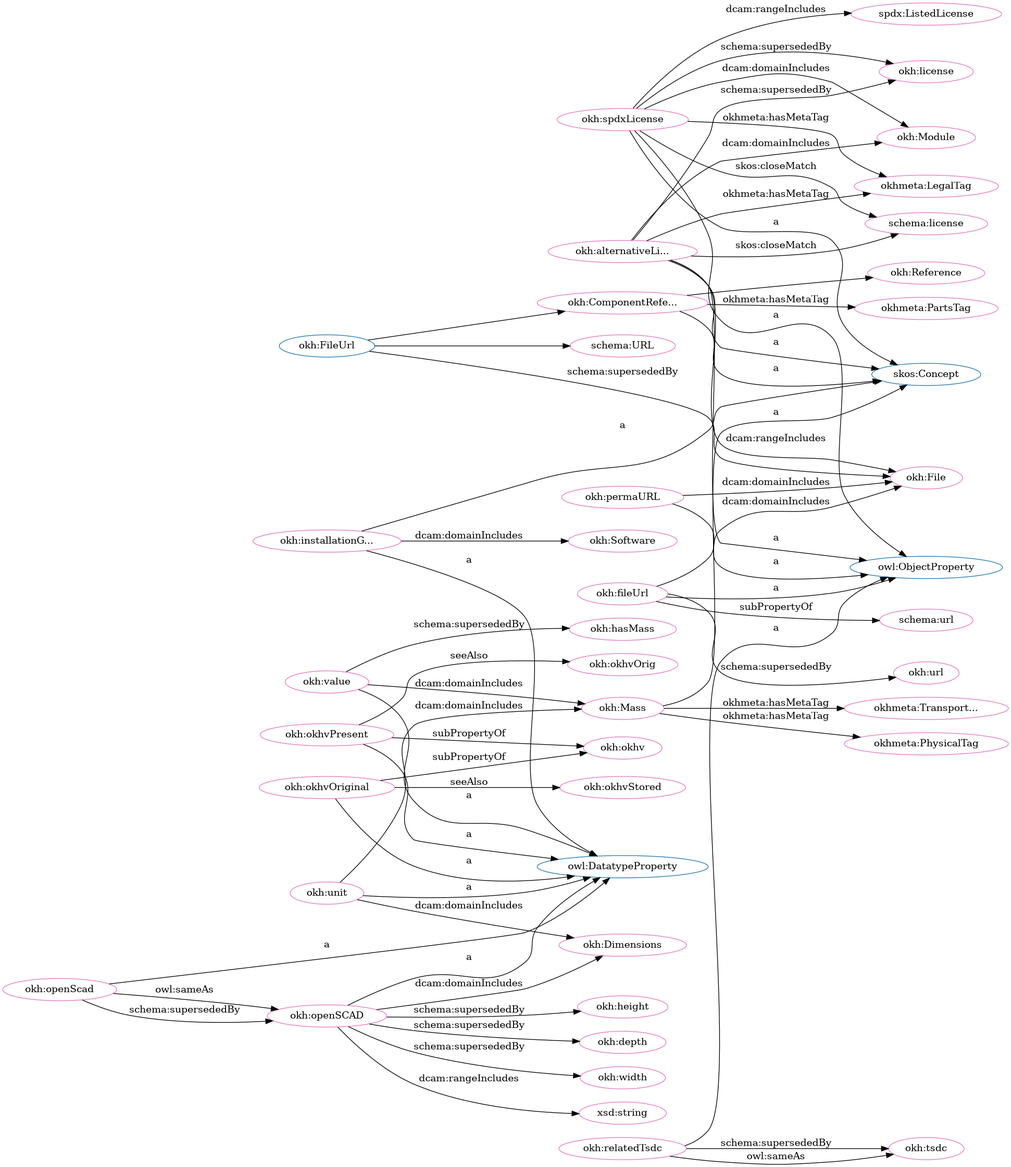
Before: src/spec/dot_okh_deprecated.png, a diagram exported from Graphviz (iop-alliance/OpenKnowHow). Its source is kept beside it as src/spec/dot_okh_deprecated.dot.
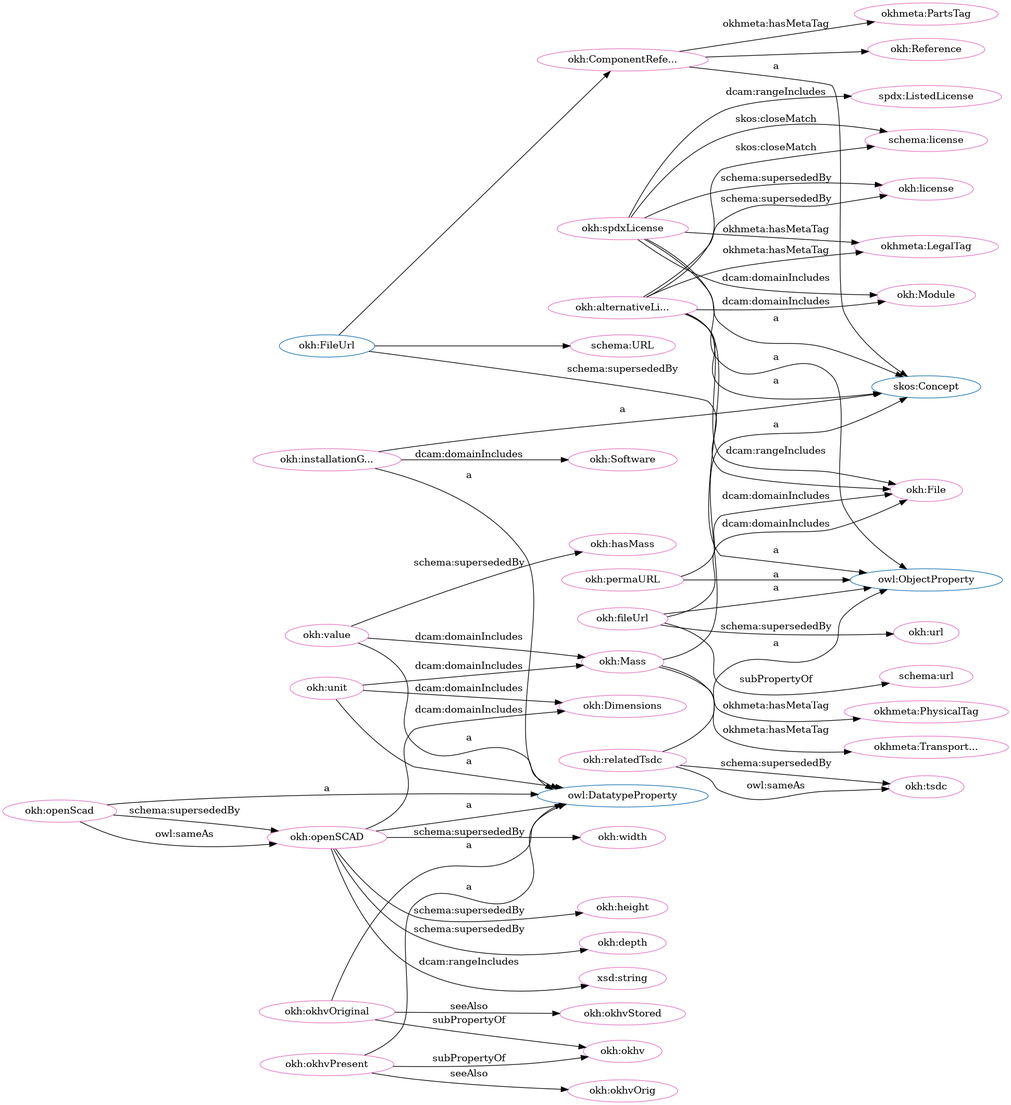
Later version of the same file.

Change to the diagram source:
```diff
@@ -1,106 +1,106 @@
 digraph G {
   rankdir=BT
   node[height=.3]
+"http://w3id.org/oseg/ont/okh#Mass" [fillcolor="#1f77b4" color="#1f77b4" label="okh:Mass"]
+"http://w3id.org/oseg/ont/okh#ComponentReference" [fillcolor="#1f77b4" color="#1f77b4" label="okh:ComponentRefe..."]
+"http://www.w3.org/2002/07/owl#DatatypeProperty" [fillcolor="#1f77b4" color="#1f77b4" label="owl:DatatypeProperty"]
 "http://www.w3.org/2002/07/owl#ObjectProperty" [fillcolor="#1f77b4" color="#1f77b4" label="owl:ObjectProperty"]
+"http://www.w3.org/2004/02/skos/core#Concept" [fillcolor="#1f77b4" color="#1f77b4" label="skos:Concept"]
+"http://w3id.org/oseg/ont/okh#FileUrl" [fillcolor="#1f77b4" color="#1f77b4" label="okh:FileUrl"]
+"http://schema.org/URL" [fillcolor="#1f77b4" color="#1f77b4" label="schema:URL"]
 "http://w3id.org/oseg/ont/okh#Reference" [fillcolor="#1f77b4" color="#1f77b4" label="okh:Reference"]
-"http://w3id.org/oseg/ont/okh#FileUrl" [fillcolor="#1f77b4" color="#1f77b4" label="okh:FileUrl"]
-"http://w3id.org/oseg/ont/okh#ComponentReference" [fillcolor="#1f77b4" color="#1f77b4" label="okh:ComponentRefe..."]
-"http://w3id.org/oseg/ont/okh#Mass" [fillcolor="#1f77b4" color="#1f77b4" label="okh:Mass"]
-"http://www.w3.org/2002/07/owl#DatatypeProperty" [fillcolor="#1f77b4" color="#1f77b4" label="owl:DatatypeProperty"]
-"http://www.w3.org/2004/02/skos/core#Concept" [fillcolor="#1f77b4" color="#1f77b4" label="skos:Concept"]
-"http://schema.org/URL" [fillcolor="#1f77b4" color="#1f77b4" label="schema:URL"]
 "http://w3id.org/oseg/ont/okh#ComponentReference" [fillcolor="#e377c2" color="#e377c2" label="okh:ComponentRefe..."]
+"http://w3id.org/oseg/ont/okh#url" [fillcolor="#e377c2" color="#e377c2" label="okh:url"]
+"http://w3id.org/oseg/ont/okh#height" [fillcolor="#e377c2" color="#e377c2" label="okh:height"]
+"http://spdx.org/rdf/terms#ListedLicense" [fillcolor="#e377c2" color="#e377c2" label="spdx:ListedLicense"]
 "http://w3id.org/oseg/ont/okh#File" [fillcolor="#e377c2" color="#e377c2" label="okh:File"]
+"http://w3id.org/oseg/ont/okh#unit" [fillcolor="#e377c2" color="#e377c2" label="okh:unit"]
+"http://w3id.org/oseg/ont/okhmetaLegalTag" [fillcolor="#e377c2" color="#e377c2" label="okhmeta:LegalTag"]
+"http://w3id.org/oseg/ont/okh#license" [fillcolor="#e377c2" color="#e377c2" label="okh:license"]
+"http://w3id.org/oseg/ont/okh#openSCAD" [fillcolor="#e377c2" color="#e377c2" label="okh:openSCAD"]
+"http://w3id.org/oseg/ont/okh#installationGuide" [fillcolor="#e377c2" color="#e377c2" label="okh:installationG..."]
+"http://w3id.org/oseg/ont/okhmetaPartsTag" [fillcolor="#e377c2" color="#e377c2" label="okhmeta:PartsTag"]
+"http://w3id.org/oseg/ont/okh#Software" [fillcolor="#e377c2" color="#e377c2" label="okh:Software"]
+"http://w3id.org/oseg/ont/okh#tsdc" [fillcolor="#e377c2" color="#e377c2" label="okh:tsdc"]
+"http://w3id.org/oseg/ont/okh#depth" [fillcolor="#e377c2" color="#e377c2" label="okh:depth"]
+"http://schema.org/license" [fillcolor="#e377c2" color="#e377c2" label="schema:license"]
+"http://w3id.org/oseg/ont/okh#Dimensions" [fillcolor="#e377c2" color="#e377c2" label="okh:Dimensions"]
+"http://w3id.org/oseg/ont/okh#okhvOriginal" [fillcolor="#e377c2" color="#e377c2" label="okh:okhvOriginal"]
 "http://w3id.org/oseg/ont/okh#spdxLicense" [fillcolor="#e377c2" color="#e377c2" label="okh:spdxLicense"]
+"http://w3id.org/oseg/ont/okh#openScad" [fillcolor="#e377c2" color="#e377c2" label="okh:openScad"]
+"http://schema.org/URL" [fillcolor="#e377c2" color="#e377c2" label="schema:URL"]
 "http://w3id.org/oseg/ont/okh#okhvOrig" [fillcolor="#e377c2" color="#e377c2" label="okh:okhvOrig"]
+"http://w3id.org/oseg/ont/okh#fileUrl" [fillcolor="#e377c2" color="#e377c2" label="okh:fileUrl"]
+"http://w3id.org/oseg/ont/okh#alternativeLicense" [fillcolor="#e377c2" color="#e377c2" label="okh:alternativeLi..."]
+"http://www.w3.org/2001/XMLSchema#string" [fillcolor="#e377c2" color="#e377c2" label="xsd:string"]
+"http://w3id.org/oseg/ont/okh#permaURL" [fillcolor="#e377c2" color="#e377c2" label="okh:permaURL"]
+"http://w3id.org/oseg/ont/okh#okhv" [fillcolor="#e377c2" color="#e377c2" label="okh:okhv"]
+"http://w3id.org/oseg/ont/okh#relatedTsdc" [fillcolor="#e377c2" color="#e377c2" label="okh:relatedTsdc"]
+"http://w3id.org/oseg/ont/okh#width" [fillcolor="#e377c2" color="#e377c2" label="okh:width"]
+"http://w3id.org/oseg/ont/okh#Mass" [fillcolor="#e377c2" color="#e377c2" label="okh:Mass"]
 "http://w3id.org/oseg/ont/okh#Module" [fillcolor="#e377c2" color="#e377c2" label="okh:Module"]
-"http://w3id.org/oseg/ont/okh#license" [fillcolor="#e377c2" color="#e377c2" label="okh:license"]
-"http://www.w3.org/2001/XMLSchema#string" [fillcolor="#e377c2" color="#e377c2" label="xsd:string"]
-"http://w3id.org/oseg/ont/okh#installationGuide" [fillcolor="#e377c2" color="#e377c2" label="okh:installationG..."]
-"http://w3id.org/oseg/ont/okh#Dimensions" [fillcolor="#e377c2" color="#e377c2" label="okh:Dimensions"]
 "http://w3id.org/oseg/ont/okh#okhvPresent" [fillcolor="#e377c2" color="#e377c2" label="okh:okhvPresent"]
-"http://w3id.org/oseg/ont/okh#okhv" [fillcolor="#e377c2" color="#e377c2" label="okh:okhv"]
-"http://w3id.org/oseg/ont/okhmetaPartsTag" [fillcolor="#e377c2" color="#e377c2" label="okhmeta:PartsTag"]
-"http://w3id.org/oseg/ont/okh#openSCAD" [fillcolor="#e377c2" color="#e377c2" label="okh:openSCAD"]
-"http://schema.org/license" [fillcolor="#e377c2" color="#e377c2" label="schema:license"]
-"http://w3id.org/oseg/ont/okh#Mass" [fillcolor="#e377c2" color="#e377c2" label="okh:Mass"]
+"http://w3id.org/oseg/ont/okh#okhvStored" [fillcolor="#e377c2" color="#e377c2" label="okh:okhvStored"]
+"http://schema.org/url" [fillcolor="#e377c2" color="#e377c2" label="schema:url"]
 "http://w3id.org/oseg/ont/okh#value" [fillcolor="#e377c2" color="#e377c2" label="okh:value"]
-"http://w3id.org/oseg/ont/okh#tsdc" [fillcolor="#e377c2" color="#e377c2" label="okh:tsdc"]
-"http://w3id.org/oseg/ont/okh#unit" [fillcolor="#e377c2" color="#e377c2" label="okh:unit"]
-"http://w3id.org/oseg/ont/okh#alternativeLicense" [fillcolor="#e377c2" color="#e377c2" label="okh:alternativeLi..."]
+"http://w3id.org/oseg/ont/okh#Reference" [fillcolor="#e377c2" color="#e377c2" label="okh:Reference"]
+"http://w3id.org/oseg/ont/okh#hasMass" [fillcolor="#e377c2" color="#e377c2" label="okh:hasMass"]
 "http://w3id.org/oseg/ont/okhmetaTransportationTag" [fillcolor="#e377c2" color="#e377c2" label="okhmeta:Transport..."]
-"http://w3id.org/oseg/ont/okh#okhvOriginal" [fillcolor="#e377c2" color="#e377c2" label="okh:okhvOriginal"]
-"http://w3id.org/oseg/ont/okh#fileUrl" [fillcolor="#e377c2" color="#e377c2" label="okh:fileUrl"]
-"http://w3id.org/oseg/ont/okh#height" [fillcolor="#e377c2" color="#e377c2" label="okh:height"]
-"http://w3id.org/oseg/ont/okh#Reference" [fillcolor="#e377c2" color="#e377c2" label="okh:Reference"]
-"http://w3id.org/oseg/ont/okh#Software" [fillcolor="#e377c2" color="#e377c2" label="okh:Software"]
-"http://schema.org/URL" [fillcolor="#e377c2" color="#e377c2" label="schema:URL"]
-"http://w3id.org/oseg/ont/okh#okhvStored" [fillcolor="#e377c2" color="#e377c2" label="okh:okhvStored"]
-"http://w3id.org/oseg/ont/okh#relatedTsdc" [fillcolor="#e377c2" color="#e377c2" label="okh:relatedTsdc"]
-"http://w3id.org/oseg/ont/okh#depth" [fillcolor="#e377c2" color="#e377c2" label="okh:depth"]
-"http://w3id.org/oseg/ont/okhmetaLegalTag" [fillcolor="#e377c2" color="#e377c2" label="okhmeta:LegalTag"]
-"http://spdx.org/rdf/terms#ListedLicense" [fillcolor="#e377c2" color="#e377c2" label="spdx:ListedLicense"]
-"http://w3id.org/oseg/ont/okh#hasMass" [fillcolor="#e377c2" color="#e377c2" label="okh:hasMass"]
-"http://w3id.org/oseg/ont/okh#width" [fillcolor="#e377c2" color="#e377c2" label="okh:width"]
 "http://w3id.org/oseg/ont/okhmetaPhysicalTag" [fillcolor="#e377c2" color="#e377c2" label="okhmeta:PhysicalTag"]
-"http://w3id.org/oseg/ont/okh#url" [fillcolor="#e377c2" color="#e377c2" label="okh:url"]
-"http://w3id.org/oseg/ont/okh#permaURL" [fillcolor="#e377c2" color="#e377c2" label="okh:permaURL"]
-"http://schema.org/url" [fillcolor="#e377c2" color="#e377c2" label="schema:url"]
-"http://w3id.org/oseg/ont/okh#openScad" [fillcolor="#e377c2" color="#e377c2" label="okh:openScad"]
+  "http://w3id.org/oseg/ont/okh#ComponentReference" -> "http://www.w3.org/2004/02/skos/core#Concept" [label="a"]
+  "http://w3id.org/oseg/ont/okh#fileUrl" -> "http://w3id.org/oseg/ont/okh#url" [label="schema:supersededBy"]
+  "http://w3id.org/oseg/ont/okh#openSCAD" -> "http://w3id.org/oseg/ont/okh#height" [label="schema:supersededBy"]
+  "http://w3id.org/oseg/ont/okh#spdxLicense" -> "http://spdx.org/rdf/terms#ListedLicense" [label="dcam:rangeIncludes"]
+  "http://w3id.org/oseg/ont/okh#permaURL" -> "http://w3id.org/oseg/ont/okh#File" [label="dcam:domainIncludes"]
+  "http://w3id.org/oseg/ont/okh#unit" -> "http://www.w3.org/2002/07/owl#DatatypeProperty" [label="a"]
+  "http://w3id.org/oseg/ont/okh#spdxLicense" -> "http://w3id.org/oseg/ont/okhmetaLegalTag" [label="okhmeta:hasMetaTag"]
+  "http://w3id.org/oseg/ont/okh#spdxLicense" -> "http://w3id.org/oseg/ont/okh#license" [label="schema:supersededBy"]
+  "http://w3id.org/oseg/ont/okh#openScad" -> "http://w3id.org/oseg/ont/okh#openSCAD" [label="schema:supersededBy"]
+  "http://w3id.org/oseg/ont/okh#installationGuide" -> "http://www.w3.org/2004/02/skos/core#Concept" [label="a"]
+  "http://w3id.org/oseg/ont/okh#ComponentReference" -> "http://w3id.org/oseg/ont/okhmetaPartsTag" [label="okhmeta:hasMetaTag"]
+  "http://w3id.org/oseg/ont/okh#FileUrl" -> "http://w3id.org/oseg/ont/okh#File" [label="schema:supersededBy"]
+  "http://w3id.org/oseg/ont/okh#installationGuide" -> "http://w3id.org/oseg/ont/okh#Software" [label="dcam:domainIncludes"]
+  "http://w3id.org/oseg/ont/okh#relatedTsdc" -> "http://w3id.org/oseg/ont/okh#tsdc" [label="schema:supersededBy"]
+  "http://w3id.org/oseg/ont/okh#openSCAD" -> "http://w3id.org/oseg/ont/okh#depth" [label="schema:supersededBy"]
+  "http://w3id.org/oseg/ont/okh#spdxLicense" -> "http://schema.org/license" [label="skos:closeMatch"]
+  "http://w3id.org/oseg/ont/okh#unit" -> "http://w3id.org/oseg/ont/okh#Dimensions" [label="dcam:domainIncludes"]
+  "http://w3id.org/oseg/ont/okh#fileUrl" -> "http://w3id.org/oseg/ont/okh#File" [label="dcam:domainIncludes"]
+  "http://w3id.org/oseg/ont/okh#okhvOriginal" -> "http://www.w3.org/2002/07/owl#DatatypeProperty" [label="a"]
+  "http://w3id.org/oseg/ont/okh#alternativeLicense" -> "http://w3id.org/oseg/ont/okhmetaLegalTag" [label="okhmeta:hasMetaTag"]
   "http://w3id.org/oseg/ont/okh#spdxLicense" -> "http://www.w3.org/2002/07/owl#ObjectProperty" [label="a"]
-  "http://w3id.org/oseg/ont/okh#ComponentReference" -> "http://www.w3.org/2004/02/skos/core#Concept" [label="a"]
-  "http://w3id.org/oseg/ont/okh#FileUrl" -> "http://w3id.org/oseg/ont/okh#File" [label="schema:supersededBy"]
+  "http://w3id.org/oseg/ont/okh#openScad" -> "http://www.w3.org/2002/07/owl#DatatypeProperty" [label="a"]
+  "http://w3id.org/oseg/ont/okh#FileUrl" -> "http://schema.org/URL" [label=""]
+  "http://w3id.org/oseg/ont/okh#openScad" -> "http://w3id.org/oseg/ont/okh#openSCAD" [label="owl:sameAs"]
   "http://w3id.org/oseg/ont/okh#okhvPresent" -> "http://w3id.org/oseg/ont/okh#okhvOrig" [label="seeAlso"]
-  "http://w3id.org/oseg/ont/okh#spdxLicense" -> "http://w3id.org/oseg/ont/okh#Module" [label="dcam:domainIncludes"]
-  "http://w3id.org/oseg/ont/okh#FileUrl" -> "http://w3id.org/oseg/ont/okh#ComponentReference" [label=""]
-  "http://w3id.org/oseg/ont/okh#fileUrl" -> "http://w3id.org/oseg/ont/okh#File" [label="dcam:domainIncludes"]
+  "http://w3id.org/oseg/ont/okh#alternativeLicense" -> "http://schema.org/license" [label="skos:closeMatch"]
+  "http://w3id.org/oseg/ont/okh#relatedTsdc" -> "http://w3id.org/oseg/ont/okh#tsdc" [label="owl:sameAs"]
+  "http://w3id.org/oseg/ont/okh#alternativeLicense" -> "http://w3id.org/oseg/ont/okh#File" [label="dcam:rangeIncludes"]
+  "http://w3id.org/oseg/ont/okh#fileUrl" -> "http://www.w3.org/2002/07/owl#ObjectProperty" [label="a"]
+  "http://w3id.org/oseg/ont/okh#Mass" -> "http://w3id.org/oseg/ont/okhmetaPhysicalTag" [label="okhmeta:hasMetaTag"]
+  "http://w3id.org/oseg/ont/okh#alternativeLicense" -> "http://www.w3.org/2002/07/owl#ObjectProperty" [label="a"]
   "http://w3id.org/oseg/ont/okh#alternativeLicense" -> "http://w3id.org/oseg/ont/okh#license" [label="schema:supersededBy"]
   "http://w3id.org/oseg/ont/okh#openSCAD" -> "http://www.w3.org/2001/XMLSchema#string" [label="dcam:rangeIncludes"]
-  "http://w3id.org/oseg/ont/okh#installationGuide" -> "http://www.w3.org/2004/02/skos/core#Concept" [label="a"]
+  "http://w3id.org/oseg/ont/okh#permaURL" -> "http://www.w3.org/2002/07/owl#ObjectProperty" [label="a"]
+  "http://w3id.org/oseg/ont/okh#okhvOriginal" -> "http://w3id.org/oseg/ont/okh#okhv" [label="subPropertyOf"]
   "http://w3id.org/oseg/ont/okh#openSCAD" -> "http://w3id.org/oseg/ont/okh#Dimensions" [label="dcam:domainIncludes"]
+  "http://w3id.org/oseg/ont/okh#openSCAD" -> "http://www.w3.org/2002/07/owl#DatatypeProperty" [label="a"]
+  "http://w3id.org/oseg/ont/okh#FileUrl" -> "http://w3id.org/oseg/ont/okh#ComponentReference" [label=""]
+  "http://w3id.org/oseg/ont/okh#relatedTsdc" -> "http://www.w3.org/2002/07/owl#ObjectProperty" [label="a"]
+  "http://w3id.org/oseg/ont/okh#openSCAD" -> "http://w3id.org/oseg/ont/okh#width" [label="schema:supersededBy"]
+  "http://w3id.org/oseg/ont/okh#installationGuide" -> "http://www.w3.org/2002/07/owl#DatatypeProperty" [label="a"]
+  "http://w3id.org/oseg/ont/okh#Mass" -> "http://www.w3.org/2004/02/skos/core#Concept" [label="a"]
+  "http://w3id.org/oseg/ont/okh#spdxLicense" -> "http://w3id.org/oseg/ont/okh#Module" [label="dcam:domainIncludes"]
   "http://w3id.org/oseg/ont/okh#okhvPresent" -> "http://www.w3.org/2002/07/owl#DatatypeProperty" [label="a"]
+  "http://w3id.org/oseg/ont/okh#value" -> "http://w3id.org/oseg/ont/okh#Mass" [label="dcam:domainIncludes"]
+  "http://w3id.org/oseg/ont/okh#spdxLicense" -> "http://www.w3.org/2004/02/skos/core#Concept" [label="a"]
+  "http://w3id.org/oseg/ont/okh#okhvOriginal" -> "http://w3id.org/oseg/ont/okh#okhvStored" [label="seeAlso"]
+  "http://w3id.org/oseg/ont/okh#fileUrl" -> "http://schema.org/url" [label="subPropertyOf"]
+  "http://w3id.org/oseg/ont/okh#value" -> "http://www.w3.org/2002/07/owl#DatatypeProperty" [label="a"]
+  "http://w3id.org/oseg/ont/okh#ComponentReference" -> "http://w3id.org/oseg/ont/okh#Reference" [label=""]
+  "http://w3id.org/oseg/ont/okh#value" -> "http://w3id.org/oseg/ont/okh#hasMass" [label="schema:supersededBy"]
+  "http://w3id.org/oseg/ont/okh#Mass" -> "http://w3id.org/oseg/ont/okhmetaTransportationTag" [label="okhmeta:hasMetaTag"]
+  "http://w3id.org/oseg/ont/okh#alternativeLicense" -> "http://w3id.org/oseg/ont/okh#Module" [label="dcam:domainIncludes"]
   "http://w3id.org/oseg/ont/okh#okhvPresent" -> "http://w3id.org/oseg/ont/okh#okhv" [label="subPropertyOf"]
-  "http://w3id.org/oseg/ont/okh#ComponentReference" -> "http://w3id.org/oseg/ont/okhmetaPartsTag" [label="okhmeta:hasMetaTag"]
-  "http://w3id.org/oseg/ont/okh#openScad" -> "http://w3id.org/oseg/ont/okh#openSCAD" [label="schema:supersededBy"]
-  "http://w3id.org/oseg/ont/okh#permaURL" -> "http://w3id.org/oseg/ont/okh#File" [label="dcam:domainIncludes"]
-  "http://w3id.org/oseg/ont/okh#spdxLicense" -> "http://schema.org/license" [label="skos:closeMatch"]
-  "http://w3id.org/oseg/ont/okh#value" -> "http://w3id.org/oseg/ont/okh#Mass" [label="dcam:domainIncludes"]
   "http://w3id.org/oseg/ont/okh#unit" -> "http://w3id.org/oseg/ont/okh#Mass" [label="dcam:domainIncludes"]
-  "http://w3id.org/oseg/ont/okh#value" -> "http://www.w3.org/2002/07/owl#DatatypeProperty" [label="a"]
-  "http://w3id.org/oseg/ont/okh#relatedTsdc" -> "http://w3id.org/oseg/ont/okh#tsdc" [label="schema:supersededBy"]
-  "http://w3id.org/oseg/ont/okh#unit" -> "http://www.w3.org/2002/07/owl#DatatypeProperty" [label="a"]
-  "http://w3id.org/oseg/ont/okh#openSCAD" -> "http://www.w3.org/2002/07/owl#DatatypeProperty" [label="a"]
   "http://w3id.org/oseg/ont/okh#alternativeLicense" -> "http://www.w3.org/2004/02/skos/core#Concept" [label="a"]
-  "http://w3id.org/oseg/ont/okh#installationGuide" -> "http://www.w3.org/2002/07/owl#DatatypeProperty" [label="a"]
-  "http://w3id.org/oseg/ont/okh#unit" -> "http://w3id.org/oseg/ont/okh#Dimensions" [label="dcam:domainIncludes"]
-  "http://w3id.org/oseg/ont/okh#alternativeLicense" -> "http://www.w3.org/2002/07/owl#ObjectProperty" [label="a"]
-  "http://w3id.org/oseg/ont/okh#Mass" -> "http://w3id.org/oseg/ont/okhmetaTransportationTag" [label="okhmeta:hasMetaTag"]
-  "http://w3id.org/oseg/ont/okh#Mass" -> "http://www.w3.org/2004/02/skos/core#Concept" [label="a"]
-  "http://w3id.org/oseg/ont/okh#okhvOriginal" -> "http://www.w3.org/2002/07/owl#DatatypeProperty" [label="a"]
-  "http://w3id.org/oseg/ont/okh#spdxLicense" -> "http://w3id.org/oseg/ont/okh#license" [label="schema:supersededBy"]
-  "http://w3id.org/oseg/ont/okh#fileUrl" -> "http://www.w3.org/2002/07/owl#ObjectProperty" [label="a"]
-  "http://w3id.org/oseg/ont/okh#openSCAD" -> "http://w3id.org/oseg/ont/okh#height" [label="schema:supersededBy"]
-  "http://w3id.org/oseg/ont/okh#ComponentReference" -> "http://w3id.org/oseg/ont/okh#Reference" [label=""]
-  "http://w3id.org/oseg/ont/okh#openScad" -> "http://w3id.org/oseg/ont/okh#openSCAD" [label="owl:sameAs"]
-  "http://w3id.org/oseg/ont/okh#installationGuide" -> "http://w3id.org/oseg/ont/okh#Software" [label="dcam:domainIncludes"]
-  "http://w3id.org/oseg/ont/okh#FileUrl" -> "http://schema.org/URL" [label=""]
-  "http://w3id.org/oseg/ont/okh#okhvOriginal" -> "http://w3id.org/oseg/ont/okh#okhvStored" [label="seeAlso"]
-  "http://w3id.org/oseg/ont/okh#relatedTsdc" -> "http://www.w3.org/2002/07/owl#ObjectProperty" [label="a"]
-  "http://w3id.org/oseg/ont/okh#openSCAD" -> "http://w3id.org/oseg/ont/okh#depth" [label="schema:supersededBy"]
-  "http://w3id.org/oseg/ont/okh#spdxLicense" -> "http://w3id.org/oseg/ont/okhmetaLegalTag" [label="okhmeta:hasMetaTag"]
-  "http://w3id.org/oseg/ont/okh#okhvOriginal" -> "http://w3id.org/oseg/ont/okh#okhv" [label="subPropertyOf"]
-  "http://w3id.org/oseg/ont/okh#alternativeLicense" -> "http://w3id.org/oseg/ont/okh#Module" [label="dcam:domainIncludes"]
-  "http://w3id.org/oseg/ont/okh#spdxLicense" -> "http://spdx.org/rdf/terms#ListedLicense" [label="dcam:rangeIncludes"]
-  "http://w3id.org/oseg/ont/okh#value" -> "http://w3id.org/oseg/ont/okh#hasMass" [label="schema:supersededBy"]
-  "http://w3id.org/oseg/ont/okh#spdxLicense" -> "http://www.w3.org/2004/02/skos/core#Concept" [label="a"]
-  "http://w3id.org/oseg/ont/okh#alternativeLicense" -> "http://schema.org/license" [label="skos:closeMatch"]
-  "http://w3id.org/oseg/ont/okh#openSCAD" -> "http://w3id.org/oseg/ont/okh#width" [label="schema:supersededBy"]
-  "http://w3id.org/oseg/ont/okh#Mass" -> "http://w3id.org/oseg/ont/okhmetaPhysicalTag" [label="okhmeta:hasMetaTag"]
-  "http://w3id.org/oseg/ont/okh#fileUrl" -> "http://w3id.org/oseg/ont/okh#url" [label="schema:supersededBy"]
-  "http://w3id.org/oseg/ont/okh#relatedTsdc" -> "http://w3id.org/oseg/ont/okh#tsdc" [label="owl:sameAs"]
-  "http://w3id.org/oseg/ont/okh#permaURL" -> "http://www.w3.org/2002/07/owl#ObjectProperty" [label="a"]
-  "http://w3id.org/oseg/ont/okh#fileUrl" -> "http://schema.org/url" [label="subPropertyOf"]
-  "http://w3id.org/oseg/ont/okh#openScad" -> "http://www.w3.org/2002/07/owl#DatatypeProperty" [label="a"]
-  "http://w3id.org/oseg/ont/okh#alternativeLicense" -> "http://w3id.org/oseg/ont/okh#File" [label="dcam:rangeIncludes"]
-  "http://w3id.org/oseg/ont/okh#alternativeLicense" -> "http://w3id.org/oseg/ont/okhmetaLegalTag" [label="okhmeta:hasMetaTag"]
 }
```
